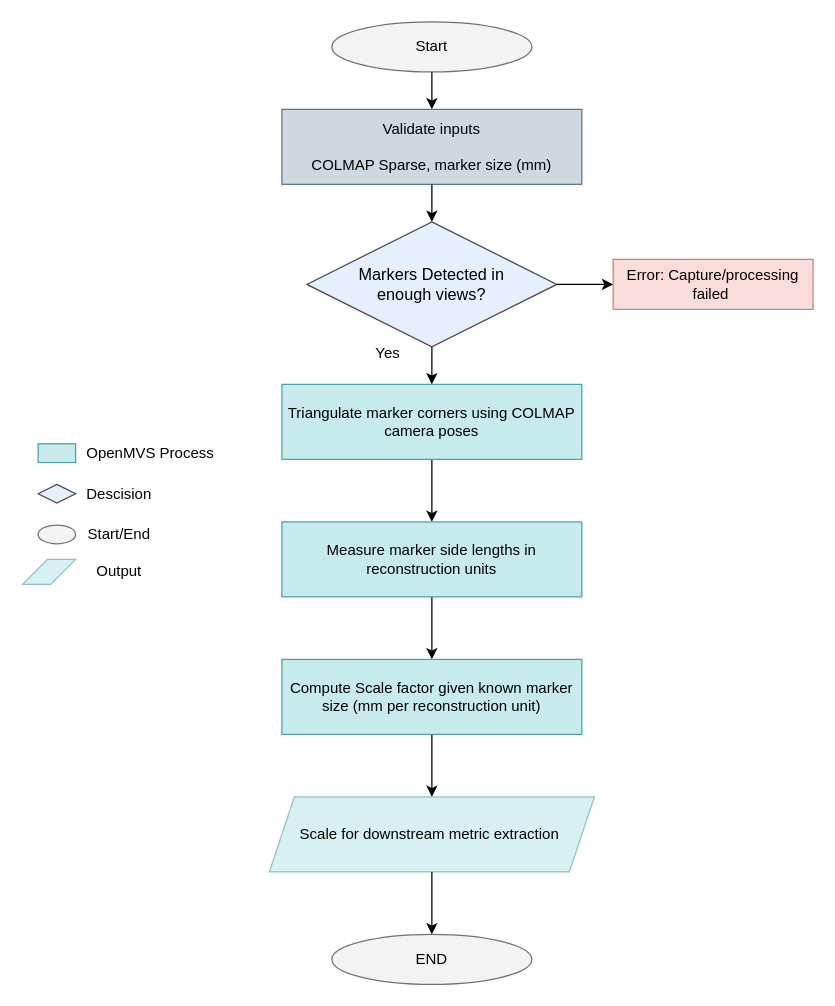
Above: Untitled Diagram.drawio in jameswalter12/MEng-Project- (draw.io), before the change. Source tidied: cells renumbered, new cells numbered last; positions are measured from the earlier drawing's top-left corner, leaving out a move shared by most shapes. Both pictures are drawn from the tidied source at 125%, with x=0, y=0 at pixel (22, 21).
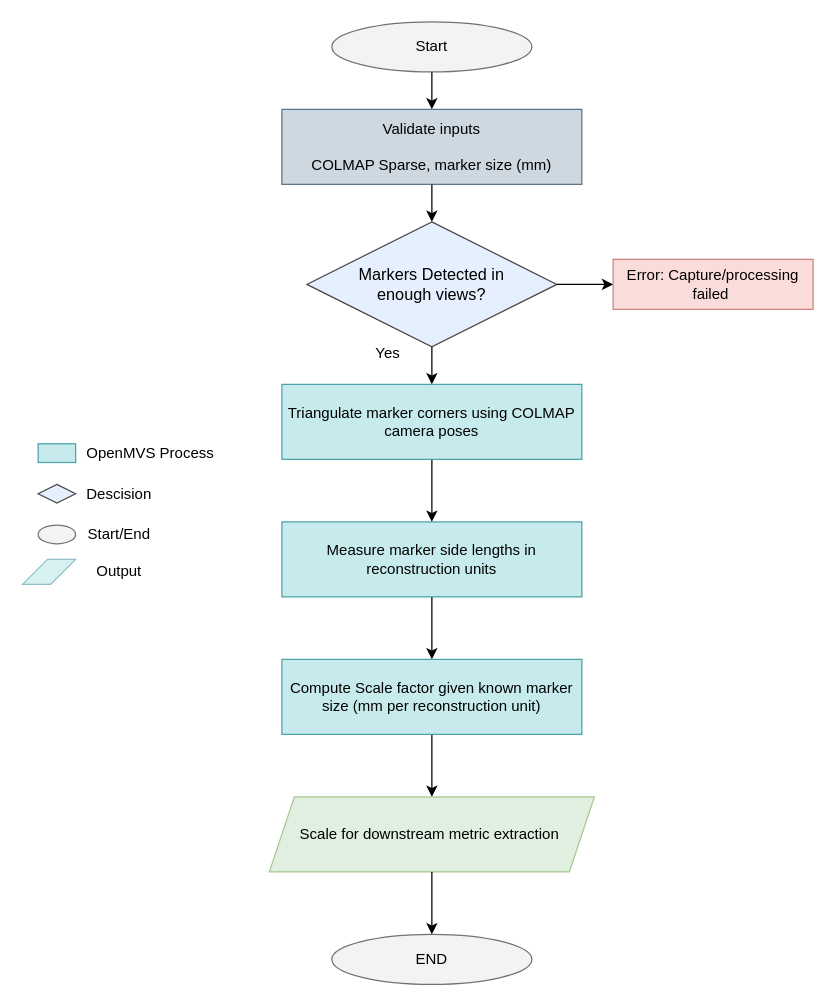
The same diagram, later.

Diff of the diagram source:
```diff
@@
-    <mxCell id="24" value="Scale for downstream metric extraction&amp;nbsp;" style="shape=parallelogram;perimeter=parallelogramPerimeter;whiteSpace=wrap;html=1;fixedSize=1;fillColor=light-dark(#c7ebed, #ededed);opacity=70;strokeColor=light-dark(#68a9af, #ededed);" parent="1" vertex="1">
+    <mxCell id="24" value="Scale for downstream metric extraction&amp;nbsp;" style="shape=parallelogram;perimeter=parallelogramPerimeter;whiteSpace=wrap;html=1;fixedSize=1;fillColor=#d5e8d4;opacity=70;strokeColor=#82b366;" parent="1" vertex="1">
       <mxGeometry x="197" y="620" width="260" height="60" as="geometry" />
     </mxCell>
```
